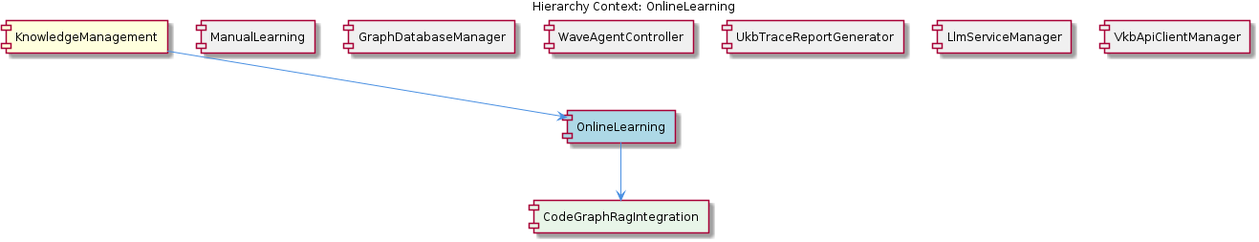
The PlantUML diagram .data/knowledge-graph/insights/images/online-learning-relationship.png in fwornle/coding, before a commit. Its source is kept beside it as .data/knowledge-graph/insights/puml/online-learning-relationship.puml.
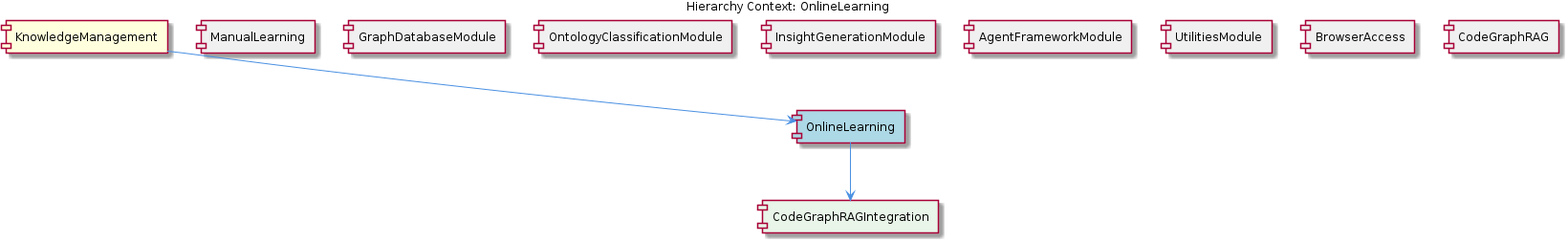
The same diagram one commit later.

Change to the diagram source:
```diff
@@ -6,20 +6,24 @@
 [KnowledgeManagement] as knowledge_management #FFFFDD
 [OnlineLearning] as online_learning #LightBlue
 [ManualLearning] as manual_learning #F0F0F0
-[GraphDatabaseManager] as graph_database_manager #F0F0F0
-[WaveAgentController] as wave_agent_controller #F0F0F0
-[UkbTraceReportGenerator] as ukb_trace_report_generator #F0F0F0
-[LlmServiceManager] as llm_service_manager #F0F0F0
-[VkbApiClientManager] as vkb_api_client_manager #F0F0F0
-[CodeGraphRagIntegration] as code_graph_rag_integration #E8F5E8
+[GraphDatabaseModule] as graph_database_module #F0F0F0
+[OntologyClassificationModule] as ontology_classification_module #F0F0F0
+[InsightGenerationModule] as insight_generation_module #F0F0F0
+[AgentFrameworkModule] as agent_framework_module #F0F0F0
+[UtilitiesModule] as utilities_module #F0F0F0
+[BrowserAccess] as browser_access #F0F0F0
+[CodeGraphRAG] as code_graph_rag #F0F0F0
+[CodeGraphRAGIntegration] as code_graph_ragintegration #E8F5E8
 
 knowledge_management --> online_learning
 manual_learning -[hidden]- online_learning
-graph_database_manager -[hidden]- online_learning
-wave_agent_controller -[hidden]- online_learning
-ukb_trace_report_generator -[hidden]- online_learning
-llm_service_manager -[hidden]- online_learning
-vkb_api_client_manager -[hidden]- online_learning
-online_learning --> code_graph_rag_integration
+graph_database_module -[hidden]- online_learning
+ontology_classification_module -[hidden]- online_learning
+insight_generation_module -[hidden]- online_learning
+agent_framework_module -[hidden]- online_learning
+utilities_module -[hidden]- online_learning
+browser_access -[hidden]- online_learning
+code_graph_rag -[hidden]- online_learning
+online_learning --> code_graph_ragintegration
 
 @enduml
```
